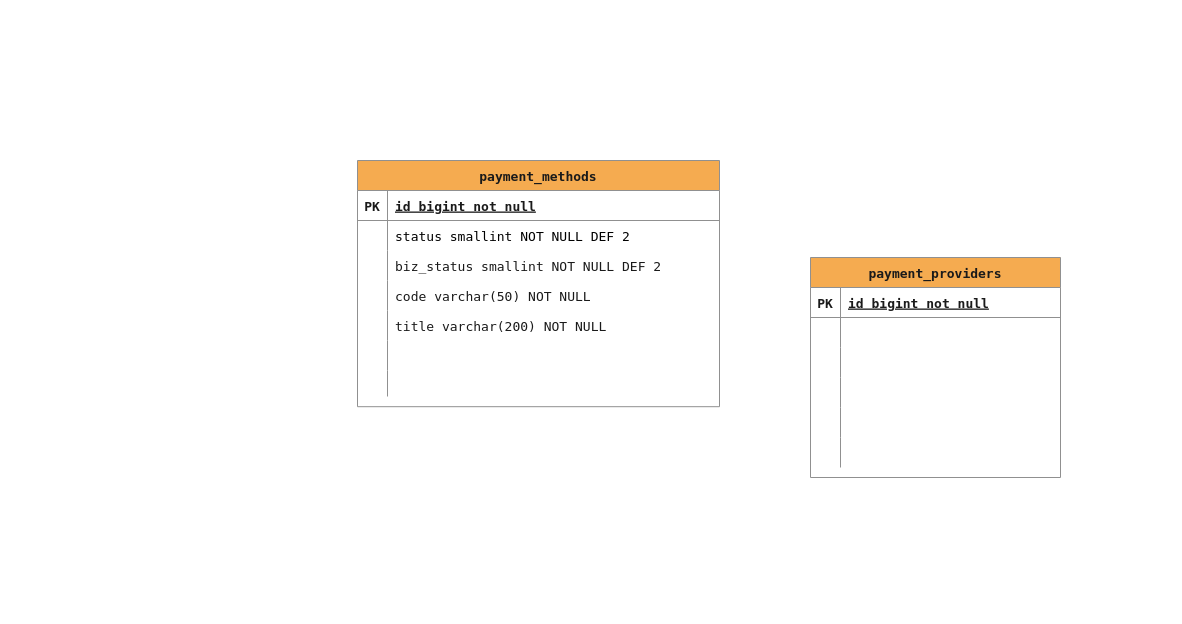
Before: page "Payment" (6 of 6) of documentation/ERD.drawio in khinemyaezin/coolstuff-ecommerce-v3.0-repository, a draw.io diagram. Source tidied: cells renumbered, new cells numbered last; positions are measured from the earlier drawing's top-left corner, leaving out a move shared by most shapes. Both pictures are drawn from the tidied source at 100%, with x=0, y=0 at pixel (357, 160).
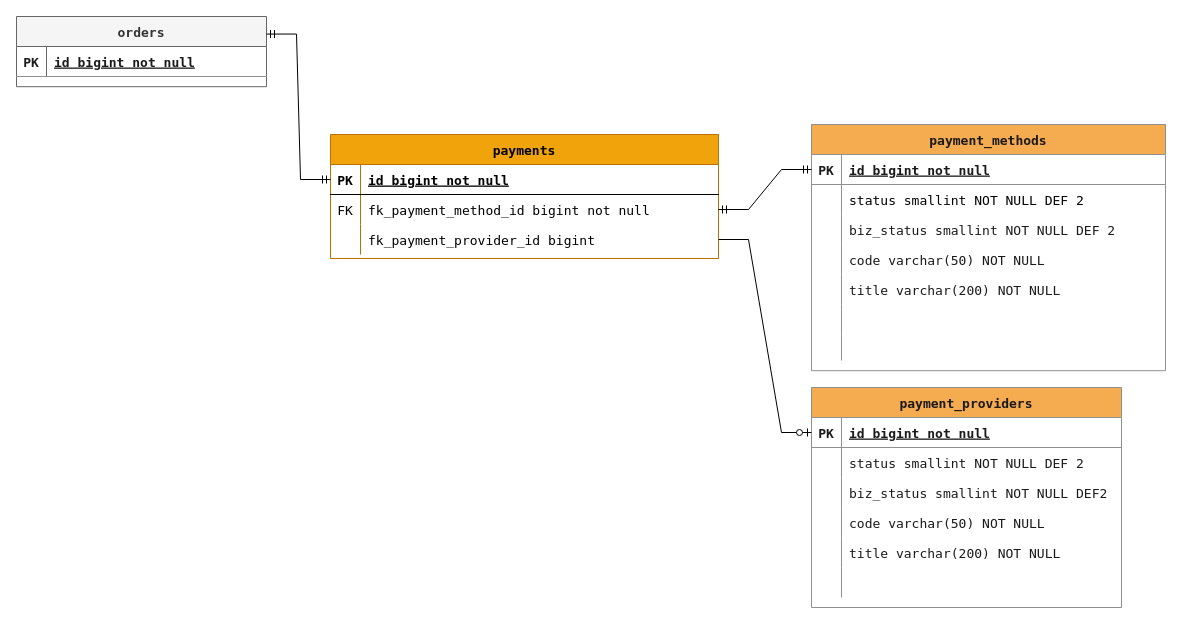
Above is the later version.

Change to the diagram source:
```diff
@@
     <mxCell id="2" value="payment_methods" style="shape=table;startSize=30;childLayout=tableLayout;rowLines=0;fontStyle=1;align=center;fontFamily=Lucida Console;fontSize=13;fillColor=#F5AB50;strokeColor=#909090;fontColor=#1A1A1A;" parent="1" vertex="1">
-      <mxGeometry width="362" height="246.2" as="geometry" />
+      <mxGeometry x="454" y="-36" width="354" height="246.2" as="geometry" />
     </mxCell>
     <mxCell id="3" style="shape=partialRectangle;fillColor=none;points=[[0,0.5],[1,0.5]];portConstraint=eastwest;top=0;left=0;right=0;bottom=1;fontFamily=Lucida Console;fontSize=13;strokeColor=#909090;fontColor=#1A1A1A;" parent="2" vertex="1">
-      <mxGeometry y="30" width="362" height="30" as="geometry" />
+      <mxGeometry y="30" width="354" height="30" as="geometry" />
     </mxCell>
@@
     <mxCell id="5" value="id bigint not null" style="shape=partialRectangle;overflow=hidden;fillColor=none;top=0;left=0;bottom=0;right=0;align=left;spacingLeft=6;fontStyle=5;fontFamily=Lucida Console;fontSize=13;strokeColor=#909090;fontColor=#1A1A1A;" parent="3" vertex="1">
-      <mxGeometry x="30" width="332" height="30" as="geometry" />
+      <mxGeometry x="30" width="324" height="30" as="geometry" />
     </mxCell>
     <mxCell id="6" style="shape=tableRow;horizontal=0;startSize=0;swimlaneHead=0;swimlaneBody=0;fillColor=none;top=0;left=0;right=0;bottom=0;fontFamily=Lucida Console;fontSize=13;" parent="2" vertex="1">
-      <mxGeometry y="60" width="362" height="30" as="geometry" />
+      <mxGeometry y="60" width="354" height="30" as="geometry" />
     </mxCell>
@@
     <mxCell id="8" value="status smallint NOT NULL DEF 2" style="shape=partialRectangle;fillColor=none;top=0;left=0;bottom=0;right=0;align=left;spacingLeft=6;overflow=hidden;fontFamily=Lucida Console;fontSize=13;" parent="6" vertex="1">
-      <mxGeometry x="30" width="332" height="30" as="geometry" />
+      <mxGeometry x="30" width="324" height="30" as="geometry" />
     </mxCell>
     <mxCell id="9" style="shape=partialRectangle;fillColor=none;top=0;left=0;right=0;bottom=0;fontFamily=Lucida Console;fontSize=13;strokeColor=#909090;fontColor=#1A1A1A;" parent="2" vertex="1">
-      <mxGeometry y="90" width="362" height="30" as="geometry" />
+      <mxGeometry y="90" width="354" height="30" as="geometry" />
     </mxCell>
@@
     <mxCell id="11" value="biz_status smallint NOT NULL DEF 2" style="shape=partialRectangle;overflow=hidden;fillColor=none;top=0;left=0;bottom=0;right=0;align=left;spacingLeft=6;fontFamily=Lucida Console;fontSize=13;strokeColor=#909090;fontColor=#1A1A1A;" parent="9" vertex="1">
-      <mxGeometry x="30" width="332" height="30" as="geometry" />
+      <mxGeometry x="30" width="324" height="30" as="geometry" />
     </mxCell>
     <mxCell id="12" style="shape=tableRow;horizontal=0;startSize=0;swimlaneHead=0;swimlaneBody=0;fillColor=none;top=0;left=0;right=0;bottom=0;fontFamily=Lucida Console;fontSize=13;strokeColor=#909090;fontColor=#1A1A1A;" parent="2" vertex="1">
-      <mxGeometry y="120" width="362" height="30" as="geometry" />
+      <mxGeometry y="120" width="354" height="30" as="geometry" />
     </mxCell>
@@
     <mxCell id="14" value="code varchar(50) NOT NULL" style="shape=partialRectangle;fillColor=none;top=0;left=0;bottom=0;right=0;align=left;spacingLeft=6;overflow=hidden;fontFamily=Lucida Console;fontSize=13;strokeColor=#909090;fontColor=#1A1A1A;" parent="12" vertex="1">
-      <mxGeometry x="30" width="332" height="30" as="geometry" />
+      <mxGeometry x="30" width="324" height="30" as="geometry" />
     </mxCell>
     <mxCell id="15" style="shape=tableRow;horizontal=0;startSize=0;swimlaneHead=0;swimlaneBody=0;fillColor=none;top=0;left=0;right=0;bottom=0;fontFamily=Lucida Console;fontSize=13;strokeColor=#909090;fontColor=#1A1A1A;" parent="2" vertex="1">
-      <mxGeometry y="150" width="362" height="30" as="geometry" />
+      <mxGeometry y="150" width="354" height="30" as="geometry" />
     </mxCell>
@@
     <mxCell id="17" value="title varchar(200) NOT NULL" style="shape=partialRectangle;fillColor=none;top=0;left=0;bottom=0;right=0;align=left;spacingLeft=6;overflow=hidden;fontFamily=Lucida Console;fontSize=13;strokeColor=#909090;fontColor=#1A1A1A;" parent="15" vertex="1">
-      <mxGeometry x="30" width="332" height="30" as="geometry" />
+      <mxGeometry x="30" width="324" height="30" as="geometry" />
     </mxCell>
     <mxCell id="18" style="shape=tableRow;horizontal=0;startSize=0;swimlaneHead=0;swimlaneBody=0;fillColor=none;top=0;left=0;right=0;bottom=0;fontFamily=Lucida Console;fontSize=13;strokeColor=#909090;fontColor=#1A1A1A;" parent="2" vertex="1">
-      <mxGeometry y="180" width="362" height="30" as="geometry" />
+      <mxGeometry y="180" width="354" height="30" as="geometry" />
     </mxCell>
@@
     <mxCell id="20" style="shape=partialRectangle;fillColor=none;top=0;left=0;bottom=0;right=0;align=left;spacingLeft=6;overflow=hidden;fontFamily=Lucida Console;fontSize=13;strokeColor=#909090;fontColor=#1A1A1A;" parent="18" vertex="1">
-      <mxGeometry x="30" width="332" height="30" as="geometry" />
+      <mxGeometry x="30" width="324" height="30" as="geometry" />
     </mxCell>
     <mxCell id="21" style="shape=tableRow;horizontal=0;startSize=0;swimlaneHead=0;swimlaneBody=0;fillColor=none;top=0;left=0;right=0;bottom=0;fontFamily=Lucida Console;fontSize=13;strokeColor=#909090;fontColor=#1A1A1A;" parent="2" vertex="1">
-      <mxGeometry y="210" width="362" height="26" as="geometry" />
+      <mxGeometry y="210" width="354" height="26" as="geometry" />
     </mxCell>
@@
     <mxCell id="23" style="shape=partialRectangle;fillColor=none;top=0;left=0;bottom=0;right=0;align=left;spacingLeft=6;overflow=hidden;fontFamily=Lucida Console;fontSize=13;strokeColor=#909090;fontColor=#1A1A1A;" parent="21" vertex="1">
-      <mxGeometry x="30" width="332" height="26" as="geometry" />
+      <mxGeometry x="30" width="324" height="26" as="geometry" />
     </mxCell>
     <mxCell id="24" value="payment_providers" style="shape=table;startSize=30;childLayout=tableLayout;rowLines=0;fontStyle=1;align=center;fontFamily=Lucida Console;fontSize=13;fillColor=#F5AB50;strokeColor=#909090;fontColor=#1A1A1A;" parent="1" vertex="1">
-      <mxGeometry x="453" y="97" width="250" height="220" as="geometry" />
+      <mxGeometry x="454" y="227" width="310" height="220" as="geometry" />
     </mxCell>
     <mxCell id="25" style="shape=partialRectangle;fillColor=none;points=[[0,0.5],[1,0.5]];portConstraint=eastwest;top=0;left=0;right=0;bottom=1;fontFamily=Lucida Console;fontSize=13;strokeColor=#909090;fontColor=#1A1A1A;" parent="24" vertex="1">
-      <mxGeometry y="30" width="250" height="30" as="geometry" />
+      <mxGeometry y="30" width="310" height="30" as="geometry" />
     </mxCell>
@@
     <mxCell id="27" value="id bigint not null" style="shape=partialRectangle;overflow=hidden;fillColor=none;top=0;left=0;bottom=0;right=0;align=left;spacingLeft=6;fontStyle=5;fontFamily=Lucida Console;fontSize=13;strokeColor=#909090;fontColor=#1A1A1A;" parent="25" vertex="1">
-      <mxGeometry x="30" width="220" height="30" as="geometry" />
+      <mxGeometry x="30" width="280" height="30" as="geometry" />
     </mxCell>
     <mxCell id="28" style="shape=partialRectangle;fillColor=none;top=0;left=0;right=0;bottom=0;fontFamily=Lucida Console;fontSize=13;strokeColor=#909090;fontColor=#1A1A1A;" parent="24" vertex="1">
-      <mxGeometry y="60" width="250" height="30" as="geometry" />
+      <mxGeometry y="60" width="310" height="30" as="geometry" />
     </mxCell>
@@
-    <mxCell id="30" style="shape=partialRectangle;overflow=hidden;fillColor=none;top=0;left=0;bottom=0;right=0;align=left;spacingLeft=6;fontFamily=Lucida Console;fontSize=13;strokeColor=#909090;fontColor=#1A1A1A;" parent="28" vertex="1">
-      <mxGeometry x="30" width="220" height="30" as="geometry" />
+    <mxCell id="30" value="status smallint NOT NULL DEF 2" style="shape=partialRectangle;overflow=hidden;fillColor=none;top=0;left=0;bottom=0;right=0;align=left;spacingLeft=6;fontFamily=Lucida Console;fontSize=13;strokeColor=#909090;fontColor=#1A1A1A;" parent="28" vertex="1">
+      <mxGeometry x="30" width="280" height="30" as="geometry" />
     </mxCell>
     <mxCell id="31" style="shape=tableRow;horizontal=0;startSize=0;swimlaneHead=0;swimlaneBody=0;fillColor=none;top=0;left=0;right=0;bottom=0;fontFamily=Lucida Console;fontSize=13;strokeColor=#909090;fontColor=#1A1A1A;" parent="24" vertex="1">
-      <mxGeometry y="90" width="250" height="30" as="geometry" />
+      <mxGeometry y="90" width="310" height="30" as="geometry" />
     </mxCell>
@@
-    <mxCell id="33" style="shape=partialRectangle;fillColor=none;top=0;left=0;bottom=0;right=0;align=left;spacingLeft=6;overflow=hidden;fontFamily=Lucida Console;fontSize=13;strokeColor=#909090;fontColor=#1A1A1A;" parent="31" vertex="1">
-      <mxGeometry x="30" width="220" height="30" as="geometry" />
+    <mxCell id="33" value="biz_status smallint NOT NULL DEF2" style="shape=partialRectangle;fillColor=none;top=0;left=0;bottom=0;right=0;align=left;spacingLeft=6;overflow=hidden;fontFamily=Lucida Console;fontSize=13;strokeColor=#909090;fontColor=#1A1A1A;" parent="31" vertex="1">
+      <mxGeometry x="30" width="280" height="30" as="geometry" />
     </mxCell>
     <mxCell id="34" style="shape=tableRow;horizontal=0;startSize=0;swimlaneHead=0;swimlaneBody=0;fillColor=none;top=0;left=0;right=0;bottom=0;fontFamily=Lucida Console;fontSize=13;strokeColor=#909090;fontColor=#1A1A1A;" parent="24" vertex="1">
-      <mxGeometry y="120" width="250" height="30" as="geometry" />
+      <mxGeometry y="120" width="310" height="30" as="geometry" />
     </mxCell>
@@
-    <mxCell id="36" style="shape=partialRectangle;fillColor=none;top=0;left=0;bottom=0;right=0;align=left;spacingLeft=6;overflow=hidden;fontFamily=Lucida Console;fontSize=13;strokeColor=#909090;fontColor=#1A1A1A;" parent="34" vertex="1">
-      <mxGeometry x="30" width="220" height="30" as="geometry" />
+    <mxCell id="36" value="code varchar(50) NOT NULL" style="shape=partialRectangle;fillColor=none;top=0;left=0;bottom=0;right=0;align=left;spacingLeft=6;overflow=hidden;fontFamily=Lucida Console;fontSize=13;strokeColor=#909090;fontColor=#1A1A1A;" parent="34" vertex="1">
+      <mxGeometry x="30" width="280" height="30" as="geometry" />
     </mxCell>
     <mxCell id="37" style="shape=tableRow;horizontal=0;startSize=0;swimlaneHead=0;swimlaneBody=0;fillColor=none;top=0;left=0;right=0;bottom=0;fontFamily=Lucida Console;fontSize=13;strokeColor=#909090;fontColor=#1A1A1A;" parent="24" vertex="1">
-      <mxGeometry y="150" width="250" height="30" as="geometry" />
+      <mxGeometry y="150" width="310" height="30" as="geometry" />
     </mxCell>
@@
-    <mxCell id="39" style="shape=partialRectangle;fillColor=none;top=0;left=0;bottom=0;right=0;align=left;spacingLeft=6;overflow=hidden;fontFamily=Lucida Console;fontSize=13;strokeColor=#909090;fontColor=#1A1A1A;" parent="37" vertex="1">
-      <mxGeometry x="30" width="220" height="30" as="geometry" />
+    <mxCell id="39" value="title varchar(200) NOT NULL" style="shape=partialRectangle;fillColor=none;top=0;left=0;bottom=0;right=0;align=left;spacingLeft=6;overflow=hidden;fontFamily=Lucida Console;fontSize=13;strokeColor=#909090;fontColor=#1A1A1A;" parent="37" vertex="1">
+      <mxGeometry x="30" width="280" height="30" as="geometry" />
     </mxCell>
     <mxCell id="40" style="shape=tableRow;horizontal=0;startSize=0;swimlaneHead=0;swimlaneBody=0;fillColor=none;top=0;left=0;right=0;bottom=0;fontFamily=Lucida Console;fontSize=13;strokeColor=#909090;fontColor=#1A1A1A;" parent="24" vertex="1">
-      <mxGeometry y="180" width="250" height="30" as="geometry" />
+      <mxGeometry y="180" width="310" height="30" as="geometry" />
     </mxCell>
@@
     <mxCell id="42" style="shape=partialRectangle;fillColor=none;top=0;left=0;bottom=0;right=0;align=left;spacingLeft=6;overflow=hidden;fontFamily=Lucida Console;fontSize=13;strokeColor=#909090;fontColor=#1A1A1A;" parent="40" vertex="1">
-      <mxGeometry x="30" width="220" height="30" as="geometry" />
+      <mxGeometry x="30" width="280" height="30" as="geometry" />
     </mxCell>
+    <mxCell id="43" value="payments" style="shape=table;startSize=30;childLayout=tableLayout;rowLines=0;fontStyle=1;align=center;fontFamily=Lucida Console;fontSize=13;fillColor=#f0a30a;strokeColor=#BD7000;fontColor=#000000;" parent="1" vertex="1">
+      <mxGeometry x="-27" y="-26" width="388" height="124" as="geometry" />
+    </mxCell>
+    <mxCell id="44" style="shape=tableRow;horizontal=0;startSize=0;swimlaneHead=0;swimlaneBody=0;fillColor=none;points=[[0,0.5],[1,0.5]];portConstraint=eastwest;top=0;left=0;right=0;bottom=1;fontFamily=Lucida Console;fontSize=13;" parent="43" vertex="1">
+      <mxGeometry y="30" width="388" height="30" as="geometry" />
+    </mxCell>
+    <mxCell id="45" value="PK" style="shape=partialRectangle;fillColor=none;top=0;left=0;bottom=0;right=0;fontStyle=1;overflow=hidden;fontFamily=Lucida Console;fontSize=13;" parent="44" vertex="1">
+      <mxGeometry width="30" height="30" as="geometry" />
+    </mxCell>
+    <mxCell id="46" value="id bigint not null" style="shape=partialRectangle;fillColor=none;top=0;left=0;bottom=0;right=0;align=left;spacingLeft=6;fontStyle=5;overflow=hidden;fontFamily=Lucida Console;fontSize=13;" parent="44" vertex="1">
+      <mxGeometry x="30" width="358" height="30" as="geometry" />
+    </mxCell>
+    <mxCell id="47" style="shape=tableRow;horizontal=0;startSize=0;swimlaneHead=0;swimlaneBody=0;fillColor=none;points=[[0,0.5],[1,0.5]];portConstraint=eastwest;top=0;left=0;right=0;bottom=0;fontFamily=Lucida Console;fontSize=13;" parent="43" vertex="1">
+      <mxGeometry y="60" width="388" height="30" as="geometry" />
+    </mxCell>
+    <mxCell id="48" value="FK" style="shape=partialRectangle;fillColor=none;top=0;left=0;bottom=0;right=0;overflow=hidden;fontFamily=Lucida Console;fontSize=13;" parent="47" vertex="1">
+      <mxGeometry width="30" height="30" as="geometry" />
+    </mxCell>
+    <mxCell id="49" value="fk_payment_method_id bigint not null" style="shape=partialRectangle;fillColor=none;top=0;left=0;bottom=0;right=0;align=left;spacingLeft=6;overflow=hidden;fontFamily=Lucida Console;fontSize=13;" parent="47" vertex="1">
+      <mxGeometry x="30" width="358" height="30" as="geometry" />
+    </mxCell>
+    <mxCell id="50" style="shape=tableRow;horizontal=0;startSize=0;swimlaneHead=0;swimlaneBody=0;fillColor=none;points=[[0,0.5],[1,0.5]];portConstraint=eastwest;top=0;left=0;right=0;bottom=0;fontFamily=Lucida Console;fontSize=13;" parent="43" vertex="1">
+      <mxGeometry y="90" width="388" height="30" as="geometry" />
+    </mxCell>
+    <mxCell id="51" style="shape=partialRectangle;fillColor=none;top=0;left=0;bottom=0;right=0;overflow=hidden;fontFamily=Lucida Console;fontSize=13;" parent="50" vertex="1">
+      <mxGeometry width="30" height="30" as="geometry" />
+    </mxCell>
+    <mxCell id="52" value="fk_payment_provider_id bigint" style="shape=partialRectangle;fillColor=none;top=0;left=0;bottom=0;right=0;align=left;spacingLeft=6;overflow=hidden;fontFamily=Lucida Console;fontSize=13;" parent="50" vertex="1">
+      <mxGeometry x="30" width="358" height="30" as="geometry" />
+    </mxCell>
+    <mxCell id="53" style="edgeStyle=entityRelationEdgeStyle;fontSize=12;html=1;endArrow=ERmandOne;startArrow=ERmandOne;rounded=0;fontFamily=Lucida Console;entryX=0;entryY=0.5;entryDx=0;entryDy=0;" parent="1" edge="1" source="47" target="3">
+      <mxGeometry relative="1" as="geometry" />
+    </mxCell>
+    <mxCell id="54" style="edgeStyle=entityRelationEdgeStyle;fontSize=12;html=1;endArrow=ERzeroToOne;endFill=1;rounded=0;fontFamily=Lucida Console;entryX=0;entryY=0.5;entryDx=0;entryDy=0;exitX=1;exitY=0.5;exitDx=0;exitDy=0;" parent="1" edge="1" source="50" target="25">
+      <mxGeometry relative="1" as="geometry" />
+    </mxCell>
+    <mxCell id="55" value="orders" style="shape=table;startSize=30;childLayout=tableLayout;rowLines=0;fontStyle=1;align=center;fontFamily=Lucida Console;fontSize=13;fillColor=#f5f5f5;strokeColor=#666666;fontColor=#333333;" parent="1" vertex="1">
+      <mxGeometry x="-341" y="-144" width="250" height="70.2" as="geometry" />
+    </mxCell>
+    <mxCell id="56" style="shape=partialRectangle;fillColor=none;top=0;left=0;right=0;bottom=1;fontFamily=Lucida Console;fontSize=13;strokeColor=#909090;fontColor=#1A1A1A;" parent="55" vertex="1">
+      <mxGeometry y="30" width="250" height="30" as="geometry" />
+    </mxCell>
+    <mxCell id="57" value="PK" style="shape=partialRectangle;overflow=hidden;fillColor=none;top=0;left=0;bottom=0;right=0;fontStyle=1;fontFamily=Lucida Console;fontSize=13;strokeColor=#909090;fontColor=#1A1A1A;" parent="56" vertex="1">
+      <mxGeometry width="30" height="30" as="geometry" />
+    </mxCell>
+    <mxCell id="58" value="id bigint not null" style="shape=partialRectangle;overflow=hidden;fillColor=none;top=0;left=0;bottom=0;right=0;align=left;spacingLeft=6;fontStyle=5;fontFamily=Lucida Console;fontSize=13;strokeColor=#909090;fontColor=#1A1A1A;" parent="56" vertex="1">
+      <mxGeometry x="30" width="220" height="30" as="geometry" />
+    </mxCell>
+    <mxCell id="59" style="edgeStyle=entityRelationEdgeStyle;fontSize=12;html=1;endArrow=ERmandOne;startArrow=ERmandOne;rounded=0;fontFamily=Lucida Console;entryX=0;entryY=0.5;entryDx=0;entryDy=0;exitX=1;exitY=0.25;exitDx=0;exitDy=0;" parent="1" edge="1" source="55" target="44">
+      <mxGeometry relative="1" as="geometry" />
+    </mxCell>
```
